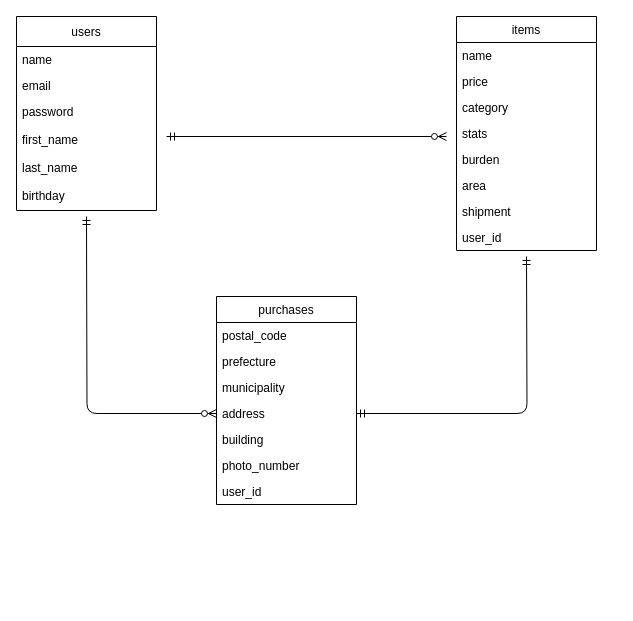
Earlier version of the draw.io diagram bin/ER.dio (massan7251/furima-33932). Source tidied: cells renumbered, new cells numbered last; positions are measured from the earlier drawing's top-left corner, leaving out a move shared by most shapes. Both pictures are drawn from the tidied source at 100%, with x=0, y=0 at pixel (16, 16).
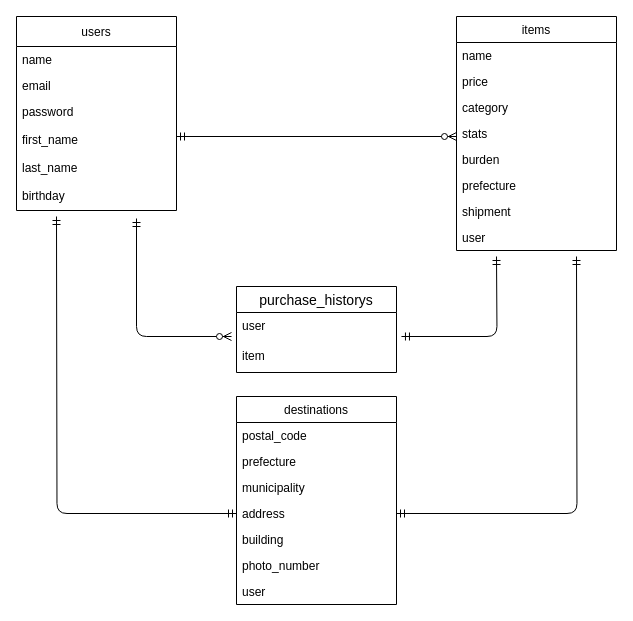
The same diagram, later.

Diff of the diagram source:
```diff
@@
     <mxCell id="2" value="users" style="swimlane;fontStyle=0;horizontal=1;startSize=30;fillColor=none;" parent="1" vertex="1">
-      <mxGeometry width="140" height="194" as="geometry" />
+      <mxGeometry width="160" height="194" as="geometry" />
     </mxCell>
     <mxCell id="3" value="name&#10;" style="text;strokeColor=none;fillColor=none;align=left;verticalAlign=top;spacingLeft=4;spacingRight=4;overflow=hidden;" parent="2" vertex="1">
-      <mxGeometry y="30" width="140" height="26" as="geometry" />
+      <mxGeometry y="30" width="160" height="26" as="geometry" />
     </mxCell>
     <mxCell id="4" value="email" style="text;strokeColor=none;fillColor=none;align=left;verticalAlign=top;spacingLeft=4;spacingRight=4;overflow=hidden;" parent="2" vertex="1">
-      <mxGeometry y="56" width="140" height="26" as="geometry" />
+      <mxGeometry y="56" width="160" height="26" as="geometry" />
     </mxCell>
     <mxCell id="5" value="password" style="text;strokeColor=none;fillColor=none;align=left;verticalAlign=top;spacingLeft=4;spacingRight=4;overflow=hidden;" parent="2" vertex="1">
-      <mxGeometry y="82" width="140" height="28" as="geometry" />
+      <mxGeometry y="82" width="160" height="28" as="geometry" />
     </mxCell>
     <mxCell id="6" value="first_name" style="text;strokeColor=none;fillColor=none;align=left;verticalAlign=top;spacingLeft=4;spacingRight=4;overflow=hidden;" parent="2" vertex="1">
-      <mxGeometry y="110" width="140" height="28" as="geometry" />
+      <mxGeometry y="110" width="160" height="28" as="geometry" />
     </mxCell>
     <mxCell id="7" value="last_name" style="text;strokeColor=none;fillColor=none;align=left;verticalAlign=top;spacingLeft=4;spacingRight=4;overflow=hidden;" parent="2" vertex="1">
-      <mxGeometry y="138" width="140" height="28" as="geometry" />
+      <mxGeometry y="138" width="160" height="28" as="geometry" />
     </mxCell>
     <mxCell id="8" value="birthday" style="text;strokeColor=none;fillColor=none;align=left;verticalAlign=top;spacingLeft=4;spacingRight=4;overflow=hidden;" parent="2" vertex="1">
-      <mxGeometry y="166" width="140" height="28" as="geometry" />
+      <mxGeometry y="166" width="160" height="28" as="geometry" />
     </mxCell>
     <mxCell id="9" value="items" style="swimlane;fontStyle=0;horizontal=1;startSize=26;fillColor=none;" parent="1" vertex="1">
-      <mxGeometry x="440" width="140" height="234" as="geometry" />
+      <mxGeometry x="440" width="160" height="234" as="geometry" />
     </mxCell>
     <mxCell id="10" value="name" style="text;strokeColor=none;fillColor=none;align=left;verticalAlign=top;spacingLeft=4;spacingRight=4;overflow=hidden;" parent="9" vertex="1">
-      <mxGeometry y="26" width="140" height="26" as="geometry" />
+      <mxGeometry y="26" width="160" height="26" as="geometry" />
     </mxCell>
     <mxCell id="11" value="price" style="text;strokeColor=none;fillColor=none;align=left;verticalAlign=top;spacingLeft=4;spacingRight=4;overflow=hidden;" parent="9" vertex="1">
-      <mxGeometry y="52" width="140" height="26" as="geometry" />
+      <mxGeometry y="52" width="160" height="26" as="geometry" />
     </mxCell>
     <mxCell id="12" value="category" style="text;strokeColor=none;fillColor=none;align=left;verticalAlign=top;spacingLeft=4;spacingRight=4;overflow=hidden;" parent="9" vertex="1">
-      <mxGeometry y="78" width="140" height="26" as="geometry" />
+      <mxGeometry y="78" width="160" height="26" as="geometry" />
     </mxCell>
     <mxCell id="13" value="stats" style="text;strokeColor=none;fillColor=none;align=left;verticalAlign=top;spacingLeft=4;spacingRight=4;overflow=hidden;" parent="9" vertex="1">
-      <mxGeometry y="104" width="140" height="26" as="geometry" />
+      <mxGeometry y="104" width="160" height="26" as="geometry" />
     </mxCell>
     <mxCell id="14" value="burden" style="text;strokeColor=none;fillColor=none;align=left;verticalAlign=top;spacingLeft=4;spacingRight=4;overflow=hidden;" parent="9" vertex="1">
-      <mxGeometry y="130" width="140" height="26" as="geometry" />
+      <mxGeometry y="130" width="160" height="26" as="geometry" />
     </mxCell>
-    <mxCell id="15" value="area" style="text;strokeColor=none;fillColor=none;align=left;verticalAlign=top;spacingLeft=4;spacingRight=4;overflow=hidden;" parent="9" vertex="1">
-      <mxGeometry y="156" width="140" height="26" as="geometry" />
+    <mxCell id="15" value="prefecture" style="text;strokeColor=none;fillColor=none;align=left;verticalAlign=top;spacingLeft=4;spacingRight=4;overflow=hidden;" parent="9" vertex="1">
+      <mxGeometry y="156" width="160" height="26" as="geometry" />
     </mxCell>
     <mxCell id="16" value="shipment" style="text;strokeColor=none;fillColor=none;align=left;verticalAlign=top;spacingLeft=4;spacingRight=4;overflow=hidden;" parent="9" vertex="1">
-      <mxGeometry y="182" width="140" height="26" as="geometry" />
+      <mxGeometry y="182" width="160" height="26" as="geometry" />
     </mxCell>
-    <mxCell id="17" value="user_id" style="text;strokeColor=none;fillColor=none;align=left;verticalAlign=top;spacingLeft=4;spacingRight=4;overflow=hidden;" parent="9" vertex="1">
-      <mxGeometry y="208" width="140" height="26" as="geometry" />
+    <mxCell id="17" value="user" style="text;strokeColor=none;fillColor=none;align=left;verticalAlign=top;spacingLeft=4;spacingRight=4;overflow=hidden;" parent="9" vertex="1">
+      <mxGeometry y="208" width="160" height="26" as="geometry" />
     </mxCell>
-    <mxCell id="18" value="purchases" style="swimlane;fontStyle=0;horizontal=1;startSize=26;fillColor=none;" parent="1" vertex="1">
-      <mxGeometry x="200" y="280" width="140" height="208" as="geometry" />
+    <mxCell id="18" value="destinations" style="swimlane;fontStyle=0;horizontal=1;startSize=26;fillColor=none;" parent="1" vertex="1">
+      <mxGeometry x="220" y="380" width="160" height="208" as="geometry" />
     </mxCell>
     <mxCell id="19" value="postal_code" style="text;strokeColor=none;fillColor=none;align=left;verticalAlign=top;spacingLeft=4;spacingRight=4;overflow=hidden;" parent="18" vertex="1">
-      <mxGeometry y="26" width="140" height="26" as="geometry" />
+      <mxGeometry y="26" width="160" height="26" as="geometry" />
     </mxCell>
     <mxCell id="20" value="prefecture" style="text;strokeColor=none;fillColor=none;align=left;verticalAlign=top;spacingLeft=4;spacingRight=4;overflow=hidden;" parent="18" vertex="1">
-      <mxGeometry y="52" width="140" height="26" as="geometry" />
+      <mxGeometry y="52" width="160" height="26" as="geometry" />
     </mxCell>
     <mxCell id="21" value="municipality" style="text;strokeColor=none;fillColor=none;align=left;verticalAlign=top;spacingLeft=4;spacingRight=4;overflow=hidden;" parent="18" vertex="1">
-      <mxGeometry y="78" width="140" height="26" as="geometry" />
+      <mxGeometry y="78" width="160" height="26" as="geometry" />
     </mxCell>
     <mxCell id="22" value="address" style="text;strokeColor=none;fillColor=none;align=left;verticalAlign=top;spacingLeft=4;spacingRight=4;overflow=hidden;points=[[0,0.5],[1,0.5]];portConstraint=eastwest;" parent="18" vertex="1">
-      <mxGeometry y="104" width="140" height="26" as="geometry" />
+      <mxGeometry y="104" width="160" height="26" as="geometry" />
     </mxCell>
     <mxCell id="23" value="building" style="text;strokeColor=none;fillColor=none;align=left;verticalAlign=top;spacingLeft=4;spacingRight=4;overflow=hidden;" parent="18" vertex="1">
-      <mxGeometry y="130" width="140" height="26" as="geometry" />
+      <mxGeometry y="130" width="160" height="26" as="geometry" />
     </mxCell>
     <mxCell id="24" value="photo_number" style="text;strokeColor=none;fillColor=none;align=left;verticalAlign=top;spacingLeft=4;spacingRight=4;overflow=hidden;" parent="18" vertex="1">
-      <mxGeometry y="156" width="140" height="26" as="geometry" />
+      <mxGeometry y="156" width="160" height="26" as="geometry" />
     </mxCell>
-    <mxCell id="25" value="user_id" style="text;strokeColor=none;fillColor=none;align=left;verticalAlign=top;spacingLeft=4;spacingRight=4;overflow=hidden;" parent="18" vertex="1">
-      <mxGeometry y="182" width="140" height="26" as="geometry" />
+    <mxCell id="25" value="user" style="text;strokeColor=none;fillColor=none;align=left;verticalAlign=top;spacingLeft=4;spacingRight=4;overflow=hidden;" parent="18" vertex="1">
+      <mxGeometry y="182" width="160" height="26" as="geometry" />
     </mxCell>
-    <mxCell id="26" style="edgeStyle=orthogonalEdgeStyle;fontSize=12;html=1;endArrow=ERmandOne;startArrow=ERmandOne;exitX=1;exitY=0.5;exitDx=0;exitDy=0;" parent="1" edge="1" source="22">
-      <mxGeometry relative="1" as="geometry">
-        <mxPoint x="510" y="240" as="targetPoint" />
-      </mxGeometry>
-    </mxCell>
-    <mxCell id="27" style="edgeStyle=orthogonalEdgeStyle;fontSize=12;html=1;endArrow=ERzeroToMany;startArrow=ERmandOne;entryX=0;entryY=0.5;entryDx=0;entryDy=0;" parent="1" edge="1" target="22">
-      <mxGeometry relative="1" as="geometry">
-        <mxPoint x="70" y="200" as="sourcePoint" />
-      </mxGeometry>
-    </mxCell>
     <mxCell id="28" style="fontSize=12;html=1;endArrow=ERzeroToMany;startArrow=ERmandOne;" parent="1" edge="1">
       <mxGeometry relative="1" as="geometry">
-        <mxPoint x="150" y="120" as="sourcePoint" />
-        <mxPoint x="430" y="120" as="targetPoint" />
+        <mxPoint x="160" y="120" as="sourcePoint" />
+        <mxPoint x="440" y="120" as="targetPoint" />
       </mxGeometry>
     </mxCell>
+    <mxCell id="29" value="purchase_historys" style="swimlane;fontStyle=0;horizontal=1;startSize=26;align=center;fontSize=14;" parent="1" vertex="1">
+      <mxGeometry x="220" y="270" width="160" height="86" as="geometry" />
+    </mxCell>
+    <mxCell id="30" value="user" style="text;strokeColor=none;fillColor=none;spacingLeft=4;spacingRight=4;overflow=hidden;points=[[0,0.5],[1,0.5]];portConstraint=eastwest;fontSize=12;" parent="29" vertex="1">
+      <mxGeometry y="26" width="160" height="30" as="geometry" />
+    </mxCell>
+    <mxCell id="31" style="edgeStyle=orthogonalEdgeStyle;fontSize=12;html=1;endArrow=ERzeroToMany;startArrow=ERmandOne;" parent="29" edge="1">
+      <mxGeometry relative="1" as="geometry">
+        <mxPoint x="-100" y="-68" as="sourcePoint" />
+        <mxPoint x="-5" y="50" as="targetPoint" />
+        <Array as="points">
+          <mxPoint x="-100" y="50" />
+        </Array>
+      </mxGeometry>
+    </mxCell>
+    <mxCell id="32" value="item" style="text;strokeColor=none;fillColor=none;spacingLeft=4;spacingRight=4;overflow=hidden;fontSize=12;" parent="29" vertex="1">
+      <mxGeometry y="56" width="160" height="30" as="geometry" />
+    </mxCell>
+    <mxCell id="33" style="edgeStyle=orthogonalEdgeStyle;fontSize=12;html=1;endArrow=ERmandOne;startArrow=ERmandOne;exitX=1;exitY=0.5;exitDx=0;exitDy=0;" parent="1" edge="1" source="22">
+      <mxGeometry relative="1" as="geometry">
+        <mxPoint x="560" y="240" as="targetPoint" />
+      </mxGeometry>
+    </mxCell>
+    <mxCell id="34" style="edgeStyle=orthogonalEdgeStyle;fontSize=12;html=1;endArrow=ERmandOne;startArrow=ERmandOne;exitX=0;exitY=0.5;exitDx=0;exitDy=0;" parent="1" edge="1" source="22">
+      <mxGeometry relative="1" as="geometry">
+        <mxPoint x="40" y="200" as="targetPoint" />
+      </mxGeometry>
+    </mxCell>
+    <mxCell id="35" style="edgeStyle=orthogonalEdgeStyle;fontSize=12;html=1;endArrow=ERmandOne;startArrow=ERmandOne;exitX=1.031;exitY=0.8;exitDx=0;exitDy=0;exitPerimeter=0;" parent="1" edge="1" source="30">
+      <mxGeometry relative="1" as="geometry">
+        <mxPoint x="480" y="240" as="targetPoint" />
+      </mxGeometry>
+    </mxCell>
```
